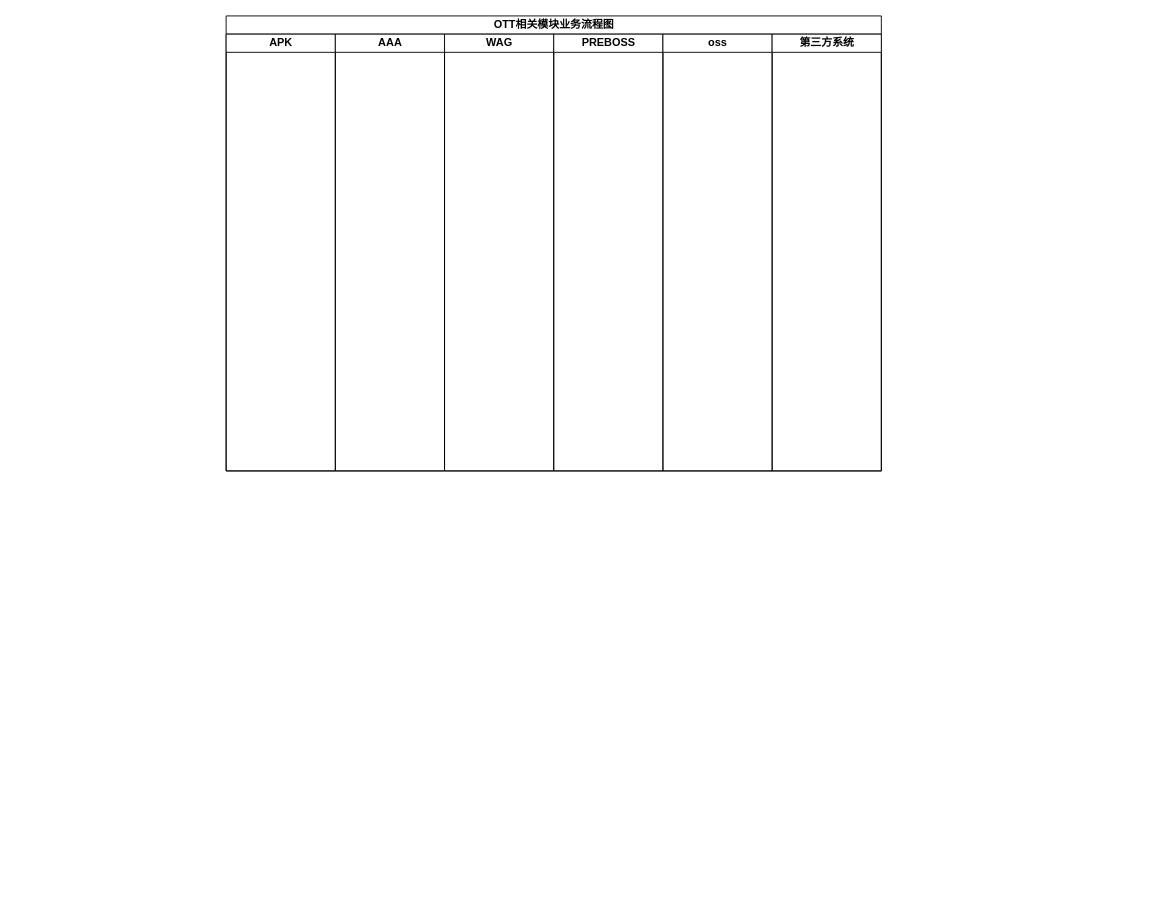
The draw.io diagram ott业务流程图.drawio in xiayingjie/test, before the edit. Source tidied: cells renumbered, new cells numbered last; positions are measured from the earlier drawing's top-left corner, leaving out a move shared by most shapes. Both pictures are drawn from the tidied source at 91%, with x=0, y=0 at pixel (226, 15).
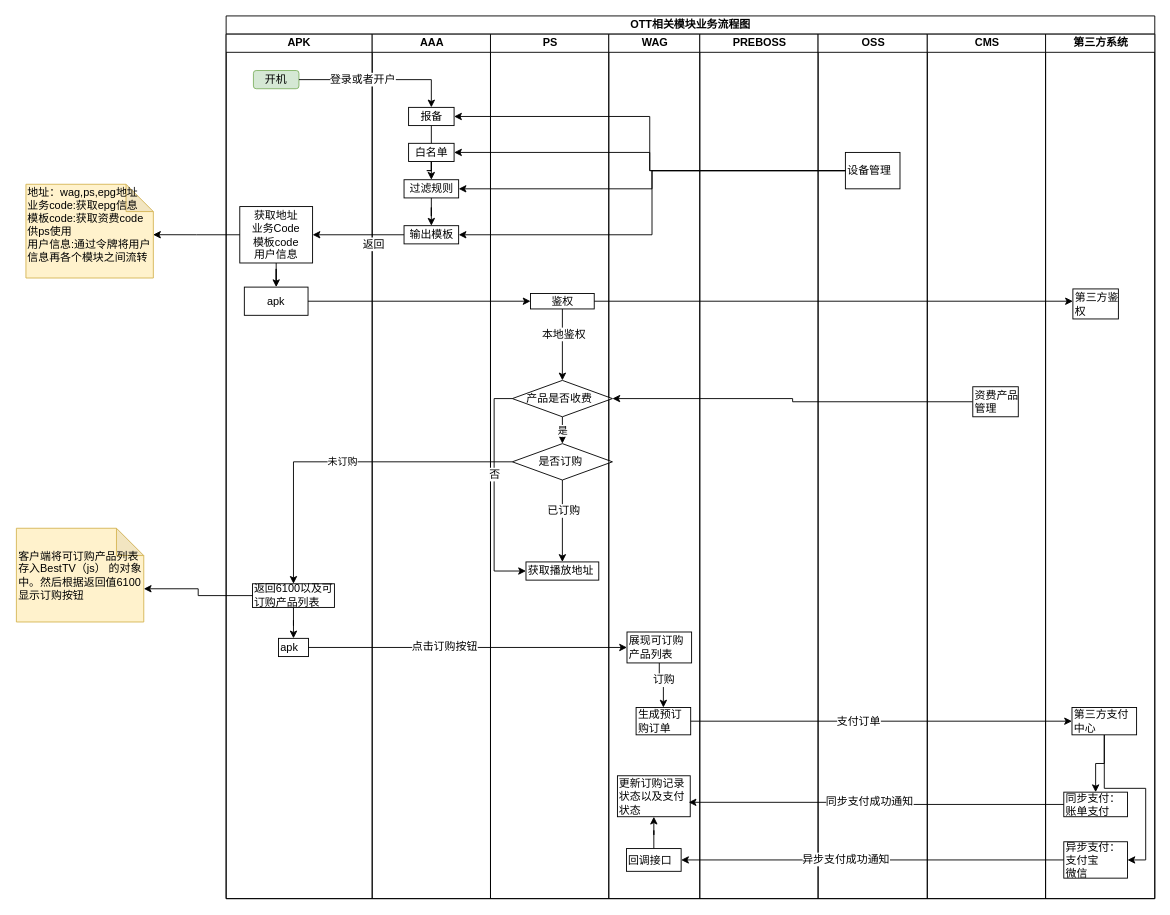
The same page after the edit.

Commit message:
Update ott业务流程图.drawio

What changed in the source:
```diff
@@
     <mxCell id="2" value="OTT相关模块业务流程图" style="swimlane;html=1;startSize=20;" parent="1" vertex="1">
-      <mxGeometry width="720" height="500" as="geometry" />
+      <mxGeometry width="1020.5" height="970" as="geometry" />
     </mxCell>
     <mxCell id="3" value="APK" style="swimlane;html=1;startSize=20;" parent="2" vertex="1">
-      <mxGeometry y="20" width="120" height="480" as="geometry" />
+      <mxGeometry y="20" width="160.5" height="950" as="geometry" />
     </mxCell>
+    <mxCell id="9" value="开机" style="rounded=1;whiteSpace=wrap;html=1;fillColor=#d5e8d4;strokeColor=#82b366;" parent="3" vertex="1">
+      <mxGeometry x="30" y="40" width="50" height="20" as="geometry" />
+    </mxCell>
+    <mxCell id="10" style="edgeStyle=orthogonalEdgeStyle;rounded=0;jettySize=auto;html=1;entryX=0.5;entryY=0;entryDx=0;entryDy=0;align=center;" parent="3" edge="1" source="11" target="12">
+      <mxGeometry relative="1" as="geometry" />
+    </mxCell>
+    <mxCell id="11" value="返回6100以及可订购产品列表" style="rounded=0;whiteSpace=wrap;html=1;align=left;" parent="3" vertex="1">
+      <mxGeometry x="29" y="604" width="90" height="26" as="geometry" />
+    </mxCell>
+    <mxCell id="12" value="apk" style="rounded=0;whiteSpace=wrap;html=1;align=left;" parent="3" vertex="1">
+      <mxGeometry x="57.5" y="664" width="33" height="20" as="geometry" />
+    </mxCell>
+    <mxCell id="13" style="edgeStyle=orthogonalEdgeStyle;rounded=0;jettySize=auto;html=1;align=center;" parent="3" edge="1" source="14" target="15">
+      <mxGeometry relative="1" as="geometry" />
+    </mxCell>
+    <mxCell id="14" value="&lt;span&gt;获取地址&lt;/span&gt;&lt;br&gt;&lt;span&gt;业务Code&lt;/span&gt;&lt;br&gt;&lt;span&gt;模板code&lt;/span&gt;&lt;br&gt;&lt;span&gt;用户信息&lt;/span&gt;" style="rounded=0;whiteSpace=wrap;html=1;align=center;" parent="3" vertex="1">
+      <mxGeometry x="15" y="189.5" width="80" height="62" as="geometry" />
+    </mxCell>
+    <mxCell id="15" value="apk&lt;br&gt;" style="rounded=0;whiteSpace=wrap;html=1;align=center;" parent="3" vertex="1">
+      <mxGeometry x="20" y="278" width="70" height="31" as="geometry" />
+    </mxCell>
     <mxCell id="4" value="AAA" style="swimlane;html=1;startSize=20;" parent="2" vertex="1">
-      <mxGeometry x="120" y="20" width="120" height="480" as="geometry" />
+      <mxGeometry x="160.5" y="20" width="130" height="950" as="geometry" />
     </mxCell>
+    <mxCell id="16" style="edgeStyle=orthogonalEdgeStyle;rounded=0;jettySize=auto;html=1;exitX=0.5;exitY=1;exitDx=0;exitDy=0;entryX=0.5;entryY=0;entryDx=0;entryDy=0;align=center;" parent="4" edge="1" source="17" target="22">
+      <mxGeometry relative="1" as="geometry">
+        <Array as="points">
+          <mxPoint x="60" y="150" />
+          <mxPoint x="60" y="150" />
+        </Array>
+      </mxGeometry>
+    </mxCell>
+    <mxCell id="17" value="报备&lt;br&gt;" style="rounded=0;whiteSpace=wrap;html=1;" parent="4" vertex="1">
+      <mxGeometry x="40" y="80.5" width="50" height="20" as="geometry" />
+    </mxCell>
+    <mxCell id="18" value="输出模板&lt;br&gt;" style="rounded=0;whiteSpace=wrap;html=1;" parent="4" vertex="1">
+      <mxGeometry x="35" y="210.5" width="60" height="20" as="geometry" />
+    </mxCell>
+    <mxCell id="19" style="edgeStyle=orthogonalEdgeStyle;rounded=0;jettySize=auto;html=1;exitX=0.5;exitY=1;exitDx=0;exitDy=0;align=center;" parent="4" edge="1" source="20" target="18">
+      <mxGeometry relative="1" as="geometry" />
+    </mxCell>
+    <mxCell id="20" value="过滤规则&lt;br&gt;" style="rounded=0;whiteSpace=wrap;html=1;" parent="4" vertex="1">
+      <mxGeometry x="35" y="160" width="60" height="20" as="geometry" />
+    </mxCell>
+    <mxCell id="21" style="edgeStyle=orthogonalEdgeStyle;rounded=0;jettySize=auto;html=1;exitX=0.5;exitY=1;exitDx=0;exitDy=0;entryX=0.5;entryY=0;entryDx=0;entryDy=0;align=center;" parent="4" edge="1" source="22" target="20">
+      <mxGeometry relative="1" as="geometry" />
+    </mxCell>
+    <mxCell id="22" value="白名单&lt;br&gt;" style="rounded=0;whiteSpace=wrap;html=1;" parent="4" vertex="1">
+      <mxGeometry x="40" y="120" width="50" height="20" as="geometry" />
+    </mxCell>
+    <mxCell id="23" value="未订购" style="edgeStyle=orthogonalEdgeStyle;rounded=0;jettySize=auto;html=1;exitX=0;exitY=0.5;exitDx=0;exitDy=0;entryX=0.5;entryY=0;entryDx=0;entryDy=0;align=center;" parent="2" edge="1" source="33" target="11">
+      <mxGeometry relative="1" as="geometry" />
+    </mxCell>
+    <mxCell id="24" style="edgeStyle=orthogonalEdgeStyle;rounded=0;jettySize=auto;html=1;entryX=0;entryY=0.5;entryDx=0;entryDy=0;align=center;" parent="2" edge="1" source="12" target="39">
+      <mxGeometry relative="1" as="geometry" />
+    </mxCell>
+    <mxCell id="25" value="点击订购按钮" style="text;html=1;align=center;verticalAlign=middle;labelBackgroundColor=#ffffff;" parent="24" vertex="1">
+      <mxGeometry y="26" relative="1" as="geometry">
+        <mxPoint x="-26" y="24" as="offset" />
+      </mxGeometry>
+    </mxCell>
-    <mxCell id="5" value="WAG" style="swimlane;html=1;startSize=20;" parent="2" vertex="1">
-      <mxGeometry x="240" y="20" width="120" height="480" as="geometry" />
+    <mxCell id="5" value="PS" style="swimlane;html=1;startSize=20;" parent="2" vertex="1">
+      <mxGeometry x="290.5" y="20" width="130" height="950" as="geometry" />
     </mxCell>
+    <mxCell id="26" style="edgeStyle=orthogonalEdgeStyle;rounded=0;jettySize=auto;html=1;exitX=0;exitY=0.5;exitDx=0;exitDy=0;entryX=0;entryY=0.5;entryDx=0;entryDy=0;align=center;" parent="5" edge="1" source="29" target="30">
+      <mxGeometry relative="1" as="geometry" />
+    </mxCell>
+    <mxCell id="27" value="否" style="text;html=1;align=center;verticalAlign=middle;labelBackgroundColor=#ffffff;" parent="26" vertex="1">
+      <mxGeometry x="-0.16" relative="1" as="geometry" />
+    </mxCell>
+    <mxCell id="28" value="是" style="edgeStyle=orthogonalEdgeStyle;rounded=0;jettySize=auto;html=1;exitX=0.5;exitY=1;exitDx=0;exitDy=0;entryX=0.5;entryY=0;entryDx=0;entryDy=0;align=center;" parent="5" edge="1" source="29" target="33">
+      <mxGeometry relative="1" as="geometry" />
+    </mxCell>
+    <mxCell id="29" value="&amp;nbsp; &amp;nbsp; 产品是否收费" style="rhombus;whiteSpace=wrap;html=1;align=left;" parent="5" vertex="1">
+      <mxGeometry x="24" y="380.5" width="110" height="40" as="geometry" />
+    </mxCell>
+    <mxCell id="30" value="获取播放地址" style="rounded=0;whiteSpace=wrap;html=1;align=left;" parent="5" vertex="1">
+      <mxGeometry x="39" y="580" width="80" height="20" as="geometry" />
+    </mxCell>
+    <mxCell id="31" style="edgeStyle=orthogonalEdgeStyle;rounded=0;jettySize=auto;html=1;exitX=0.5;exitY=1;exitDx=0;exitDy=0;align=center;" parent="5" edge="1" source="33" target="30">
+      <mxGeometry relative="1" as="geometry" />
+    </mxCell>
+    <mxCell id="32" value="已订购" style="text;html=1;align=center;verticalAlign=middle;labelBackgroundColor=#ffffff;" parent="31" vertex="1">
+      <mxGeometry x="0.01" y="12" relative="1" as="geometry">
+        <mxPoint x="-11" y="-12" as="offset" />
+      </mxGeometry>
+    </mxCell>
+    <mxCell id="33" value="&amp;nbsp; &amp;nbsp; &amp;nbsp; &amp;nbsp; 是否订购" style="rhombus;whiteSpace=wrap;html=1;align=left;" parent="5" vertex="1">
+      <mxGeometry x="24" y="450" width="110" height="40" as="geometry" />
+    </mxCell>
+    <mxCell id="34" style="edgeStyle=orthogonalEdgeStyle;rounded=0;jettySize=auto;html=1;entryX=0.5;entryY=0;entryDx=0;entryDy=0;align=center;" parent="5" edge="1" source="36" target="29">
+      <mxGeometry relative="1" as="geometry" />
+    </mxCell>
+    <mxCell id="35" value="&lt;span&gt;本地鉴权&lt;/span&gt;" style="text;html=1;align=center;verticalAlign=middle;labelBackgroundColor=#ffffff;" parent="34" vertex="1">
+      <mxGeometry y="12" relative="1" as="geometry">
+        <mxPoint x="-11" y="-12" as="offset" />
+      </mxGeometry>
+    </mxCell>
+    <mxCell id="36" value="鉴权&lt;br&gt;" style="rounded=0;whiteSpace=wrap;html=1;align=center;" parent="5" vertex="1">
+      <mxGeometry x="44" y="285" width="70" height="17" as="geometry" />
+    </mxCell>
-    <mxCell id="6" value="PREBOSS" style="swimlane;html=1;startSize=20;" parent="2" vertex="1">
-      <mxGeometry x="360" y="20" width="120" height="480" as="geometry" />
+    <mxCell id="6" value="WAG" style="swimlane;html=1;startSize=20;" parent="2" vertex="1">
+      <mxGeometry x="420.5" y="20" width="100" height="950" as="geometry" />
     </mxCell>
+    <mxCell id="37" style="edgeStyle=orthogonalEdgeStyle;rounded=0;jettySize=auto;html=1;align=center;" parent="6" edge="1" source="39" target="40">
+      <mxGeometry relative="1" as="geometry" />
+    </mxCell>
+    <mxCell id="38" value="订购" style="text;html=1;align=center;verticalAlign=middle;labelBackgroundColor=#ffffff;" parent="37" vertex="1">
+      <mxGeometry x="0.13" y="7" relative="1" as="geometry">
+        <mxPoint x="-7" y="-7" as="offset" />
+      </mxGeometry>
+    </mxCell>
+    <mxCell id="39" value="展现可订购产品列表" style="rounded=0;whiteSpace=wrap;html=1;align=left;" parent="6" vertex="1">
+      <mxGeometry x="20" y="657" width="71" height="34" as="geometry" />
+    </mxCell>
+    <mxCell id="40" value="生成预订购订单" style="rounded=0;whiteSpace=wrap;html=1;align=left;" parent="6" vertex="1">
+      <mxGeometry x="30" y="740" width="60" height="30" as="geometry" />
+    </mxCell>
+    <mxCell id="41" value="更新订购记录状态以及支付状态" style="rounded=0;whiteSpace=wrap;html=1;align=left;" parent="6" vertex="1">
+      <mxGeometry x="9.5" y="815" width="80" height="45" as="geometry" />
+    </mxCell>
+    <mxCell id="42" style="edgeStyle=orthogonalEdgeStyle;rounded=0;jettySize=auto;html=1;entryX=0.5;entryY=1;entryDx=0;entryDy=0;align=center;" parent="6" edge="1" source="43" target="41">
+      <mxGeometry relative="1" as="geometry" />
+    </mxCell>
+    <mxCell id="43" value="回调接口" style="rounded=0;whiteSpace=wrap;html=1;align=left;" parent="6" vertex="1">
+      <mxGeometry x="19.5" y="895" width="60" height="25" as="geometry" />
+    </mxCell>
-    <mxCell id="7" value="oss" style="swimlane;html=1;startSize=20;" parent="2" vertex="1">
-      <mxGeometry x="480" y="20" width="120" height="480" as="geometry" />
+    <mxCell id="7" value="PREBOSS" style="swimlane;html=1;startSize=20;" parent="2" vertex="1">
+      <mxGeometry x="520.5" y="20" width="130" height="950" as="geometry" />
     </mxCell>
-    <mxCell id="8" value="第三方系统" style="swimlane;html=1;startSize=20;" parent="2" vertex="1">
-      <mxGeometry x="600" y="20" width="120" height="480" as="geometry" />
+    <mxCell id="8" value="OSS" style="swimlane;html=1;startSize=20;" parent="2" vertex="1">
+      <mxGeometry x="650.5" y="20" width="120" height="950" as="geometry" />
     </mxCell>
+    <mxCell id="44" value="设备管理" style="rounded=0;whiteSpace=wrap;html=1;align=left;" parent="8" vertex="1">
+      <mxGeometry x="30" y="130" width="60" height="40" as="geometry" />
+    </mxCell>
+    <mxCell id="45" style="edgeStyle=orthogonalEdgeStyle;rounded=0;jettySize=auto;html=1;exitX=1;exitY=0.5;exitDx=0;exitDy=0;" parent="2" edge="1" source="9" target="17">
+      <mxGeometry relative="1" as="geometry" />
+    </mxCell>
+    <mxCell id="46" value="登录或者开户" style="text;html=1;align=center;verticalAlign=middle;labelBackgroundColor=#ffffff;" parent="45" vertex="1">
+      <mxGeometry x="-0.22" y="1" relative="1" as="geometry" />
+    </mxCell>
+    <mxCell id="47" style="edgeStyle=orthogonalEdgeStyle;rounded=0;jettySize=auto;html=1;exitX=0;exitY=0.5;exitDx=0;exitDy=0;entryX=1;entryY=0.5;entryDx=0;entryDy=0;" parent="2" edge="1" source="18" target="14">
+      <mxGeometry relative="1" as="geometry" />
+    </mxCell>
+    <mxCell id="48" value="返回" style="text;html=1;align=center;verticalAlign=middle;labelBackgroundColor=#ffffff;" parent="47" vertex="1">
+      <mxGeometry x="-0.33" y="10" relative="1" as="geometry" />
+    </mxCell>
+    <mxCell id="49" style="edgeStyle=orthogonalEdgeStyle;rounded=0;jettySize=auto;html=1;exitX=0;exitY=0.5;exitDx=0;exitDy=0;entryX=1;entryY=0.5;entryDx=0;entryDy=0;align=center;" parent="2" edge="1" source="44" target="17">
+      <mxGeometry relative="1" as="geometry" />
+    </mxCell>
+    <mxCell id="50" style="edgeStyle=orthogonalEdgeStyle;rounded=0;jettySize=auto;html=1;entryX=1;entryY=0.5;entryDx=0;entryDy=0;align=center;" parent="2" edge="1" source="44" target="22">
+      <mxGeometry relative="1" as="geometry" />
+    </mxCell>
+    <mxCell id="51" style="edgeStyle=orthogonalEdgeStyle;rounded=0;jettySize=auto;html=1;entryX=1;entryY=0.5;entryDx=0;entryDy=0;align=center;" parent="2" edge="1" source="44" target="20">
+      <mxGeometry relative="1" as="geometry" />
+    </mxCell>
+    <mxCell id="52" style="edgeStyle=orthogonalEdgeStyle;rounded=0;jettySize=auto;html=1;entryX=1;entryY=0.5;entryDx=0;entryDy=0;align=center;" parent="2" edge="1" source="44" target="18">
+      <mxGeometry relative="1" as="geometry" />
+    </mxCell>
+    <mxCell id="53" style="edgeStyle=orthogonalEdgeStyle;rounded=0;jettySize=auto;html=1;entryX=1;entryY=0.5;entryDx=0;entryDy=0;align=center;" parent="2" edge="1" source="55" target="29">
+      <mxGeometry relative="1" as="geometry" />
+    </mxCell>
+    <mxCell id="54" value="CMS" style="swimlane;html=1;startSize=20;" parent="2" vertex="1">
+      <mxGeometry x="770.5" y="20" width="130" height="950" as="geometry" />
+    </mxCell>
+    <mxCell id="55" value="资费产品管理" style="rounded=0;whiteSpace=wrap;html=1;align=left;" parent="54" vertex="1">
+      <mxGeometry x="50" y="387.5" width="50" height="33" as="geometry" />
+    </mxCell>
+    <mxCell id="56" style="edgeStyle=orthogonalEdgeStyle;rounded=0;jettySize=auto;html=1;entryX=0;entryY=0.5;entryDx=0;entryDy=0;align=center;" parent="2" edge="1" source="15" target="36">
+      <mxGeometry relative="1" as="geometry" />
+    </mxCell>
+    <mxCell id="57" value="第三方系统" style="swimlane;html=1;startSize=20;" parent="2" vertex="1">
+      <mxGeometry x="900.5" y="20" width="120" height="950" as="geometry" />
+    </mxCell>
+    <mxCell id="58" value="第三方鉴权" style="rounded=0;whiteSpace=wrap;html=1;align=left;" parent="57" vertex="1">
+      <mxGeometry x="30" y="280" width="50" height="33" as="geometry" />
+    </mxCell>
+    <mxCell id="59" style="edgeStyle=orthogonalEdgeStyle;rounded=0;jettySize=auto;html=1;align=center;" parent="57" edge="1" source="61" target="62">
+      <mxGeometry relative="1" as="geometry" />
+    </mxCell>
+    <mxCell id="60" style="edgeStyle=orthogonalEdgeStyle;rounded=0;jettySize=auto;html=1;entryX=1;entryY=0.5;entryDx=0;entryDy=0;align=center;" parent="57" edge="1" source="61" target="63">
+      <mxGeometry relative="1" as="geometry" />
+    </mxCell>
+    <mxCell id="61" value="第三方支付中心" style="rounded=0;whiteSpace=wrap;html=1;align=left;" parent="57" vertex="1">
+      <mxGeometry x="29" y="740" width="71" height="30" as="geometry" />
+    </mxCell>
+    <mxCell id="62" value="同步支付：账单支付" style="rounded=0;whiteSpace=wrap;html=1;align=left;" parent="57" vertex="1">
+      <mxGeometry x="20" y="833" width="70" height="27" as="geometry" />
+    </mxCell>
+    <mxCell id="63" value="异步支付：支付宝&lt;br&gt;微信" style="rounded=0;whiteSpace=wrap;html=1;align=left;" parent="57" vertex="1">
+      <mxGeometry x="20" y="887.5" width="70" height="40" as="geometry" />
+    </mxCell>
+    <mxCell id="64" style="edgeStyle=orthogonalEdgeStyle;rounded=0;jettySize=auto;html=1;entryX=0;entryY=0.409;entryDx=0;entryDy=0;entryPerimeter=0;align=center;" parent="2" edge="1" source="36" target="58">
+      <mxGeometry relative="1" as="geometry" />
+    </mxCell>
+    <mxCell id="65" style="edgeStyle=orthogonalEdgeStyle;rounded=0;jettySize=auto;html=1;entryX=0;entryY=0.5;entryDx=0;entryDy=0;align=center;" parent="2" edge="1" source="40" target="61">
+      <mxGeometry relative="1" as="geometry" />
+    </mxCell>
+    <mxCell id="66" value="支付订单" style="text;html=1;align=center;verticalAlign=middle;labelBackgroundColor=#ffffff;" parent="65" vertex="1">
+      <mxGeometry x="-0.12" relative="1" as="geometry" />
+    </mxCell>
+    <mxCell id="67" style="edgeStyle=orthogonalEdgeStyle;rounded=0;jettySize=auto;html=1;entryX=0.978;entryY=0.648;entryDx=0;entryDy=0;entryPerimeter=0;align=center;" parent="2" edge="1" source="62" target="41">
+      <mxGeometry relative="1" as="geometry" />
+    </mxCell>
+    <mxCell id="68" value="同步支付成功通知" style="text;html=1;align=center;verticalAlign=middle;labelBackgroundColor=#ffffff;" parent="67" vertex="1">
+      <mxGeometry x="0.04" y="-1" relative="1" as="geometry" />
+    </mxCell>
+    <mxCell id="69" style="edgeStyle=orthogonalEdgeStyle;rounded=0;jettySize=auto;html=1;entryX=1;entryY=0.5;entryDx=0;entryDy=0;align=center;" parent="2" edge="1" source="63" target="43">
+      <mxGeometry relative="1" as="geometry" />
+    </mxCell>
+    <mxCell id="70" value="异步支付成功通知" style="text;html=1;align=center;verticalAlign=middle;labelBackgroundColor=#ffffff;" parent="69" vertex="1">
+      <mxGeometry x="0.14" y="-1" relative="1" as="geometry" />
+    </mxCell>
+    <mxCell id="71" value="地址：wag,ps,epg地址&lt;br&gt;业务code:获取epg信息&lt;br&gt;模板code:获取资费code供ps使用&lt;br&gt;用户信息:通过令牌将用户信息再各个模块之间流转&lt;br&gt;&lt;br&gt;" style="shape=note;whiteSpace=wrap;html=1;backgroundOutline=1;darkOpacity=0.05;align=left;fillColor=#fff2cc;strokeColor=#d6b656;" parent="1" vertex="1">
+      <mxGeometry x="-220" y="185" width="140" height="103" as="geometry" />
+    </mxCell>
+    <mxCell id="72" value="&lt;span id=&quot;pos_placeholder&quot; style=&quot;width: 0px ; height: 0px ; visibility: hidden ; margin: 0px ; padding: 0px&quot;&gt;&lt;/span&gt;&lt;span id=&quot;pos_placeholder&quot; style=&quot;width: 0px ; height: 0px ; visibility: hidden ; margin: 0px ; padding: 0px&quot;&gt;&lt;/span&gt;&lt;span id=&quot;pos_placeholder&quot; style=&quot;width: 0px ; height: 0px ; visibility: hidden ; margin: 0px ; padding: 0px&quot;&gt;&lt;/span&gt;客户端将可订购产品列表存入BestTV（js） 的对象中。然后根据返回值6100显示订购按钮" style="shape=note;whiteSpace=wrap;html=1;backgroundOutline=1;darkOpacity=0.05;align=left;fillColor=#fff2cc;strokeColor=#d6b656;" parent="1" vertex="1">
+      <mxGeometry x="-230.5" y="563" width="140" height="103" as="geometry" />
+    </mxCell>
+    <mxCell id="73" style="edgeStyle=orthogonalEdgeStyle;rounded=0;jettySize=auto;html=1;align=center;entryX=0;entryY=0;entryDx=140;entryDy=66.5;entryPerimeter=0;" parent="1" edge="1" source="11" target="72">
+      <mxGeometry relative="1" as="geometry" />
+    </mxCell>
+    <mxCell id="74" style="edgeStyle=orthogonalEdgeStyle;rounded=0;jettySize=auto;html=1;entryX=0.998;entryY=0.538;entryDx=0;entryDy=0;entryPerimeter=0;align=center;" parent="1" edge="1" source="14" target="71">
+      <mxGeometry relative="1" as="geometry" />
+    </mxCell>
```
